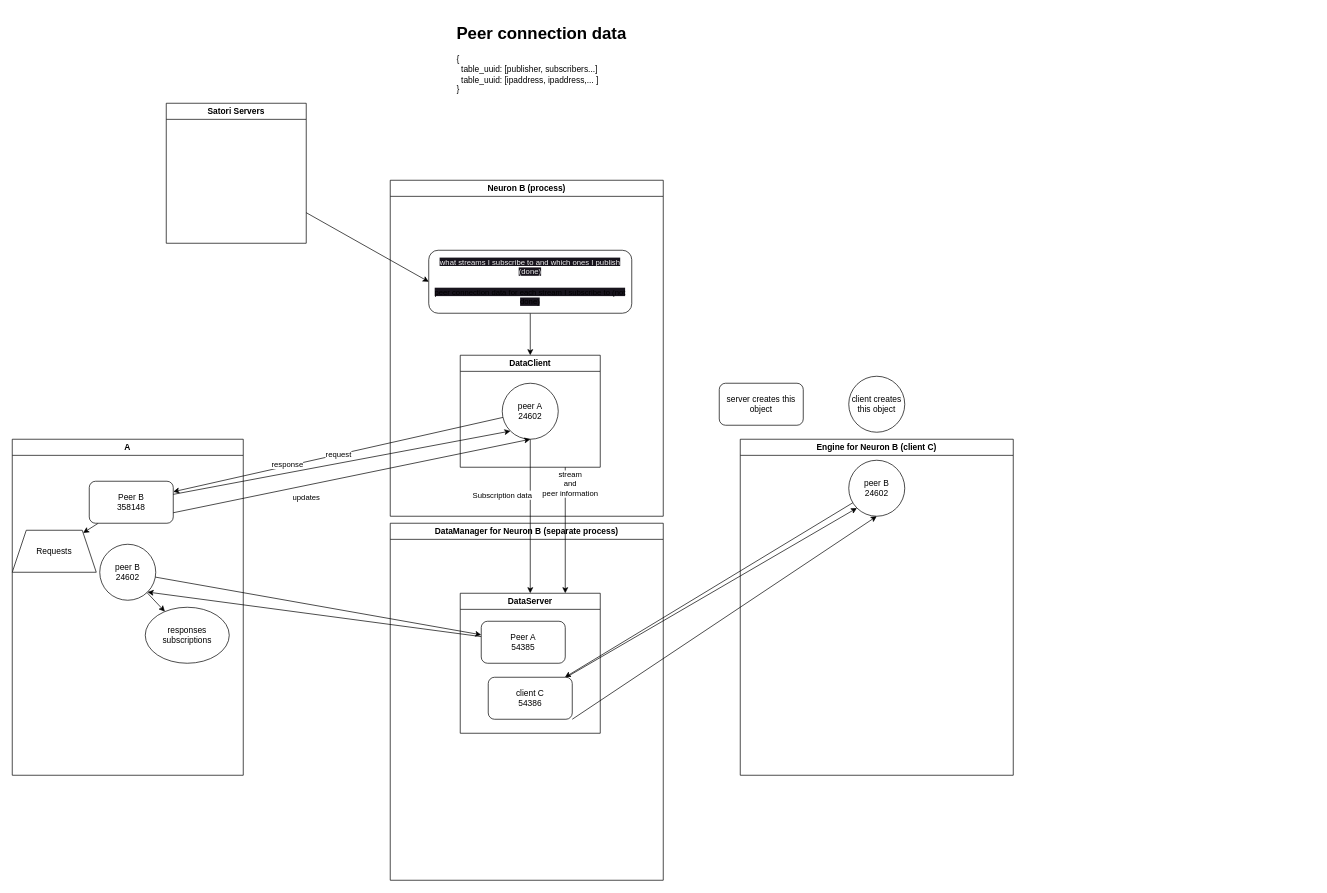
Before: satorilib/data/datamanager/others/communication.drawio in SatoriNetwork/Lib, a draw.io diagram. Source tidied: cells renumbered, new cells numbered last; positions are measured from the earlier drawing's top-left corner, leaving out a move shared by most shapes. Both pictures are drawn from the tidied source at 70%, with x=0, y=0 at pixel (12, 19).
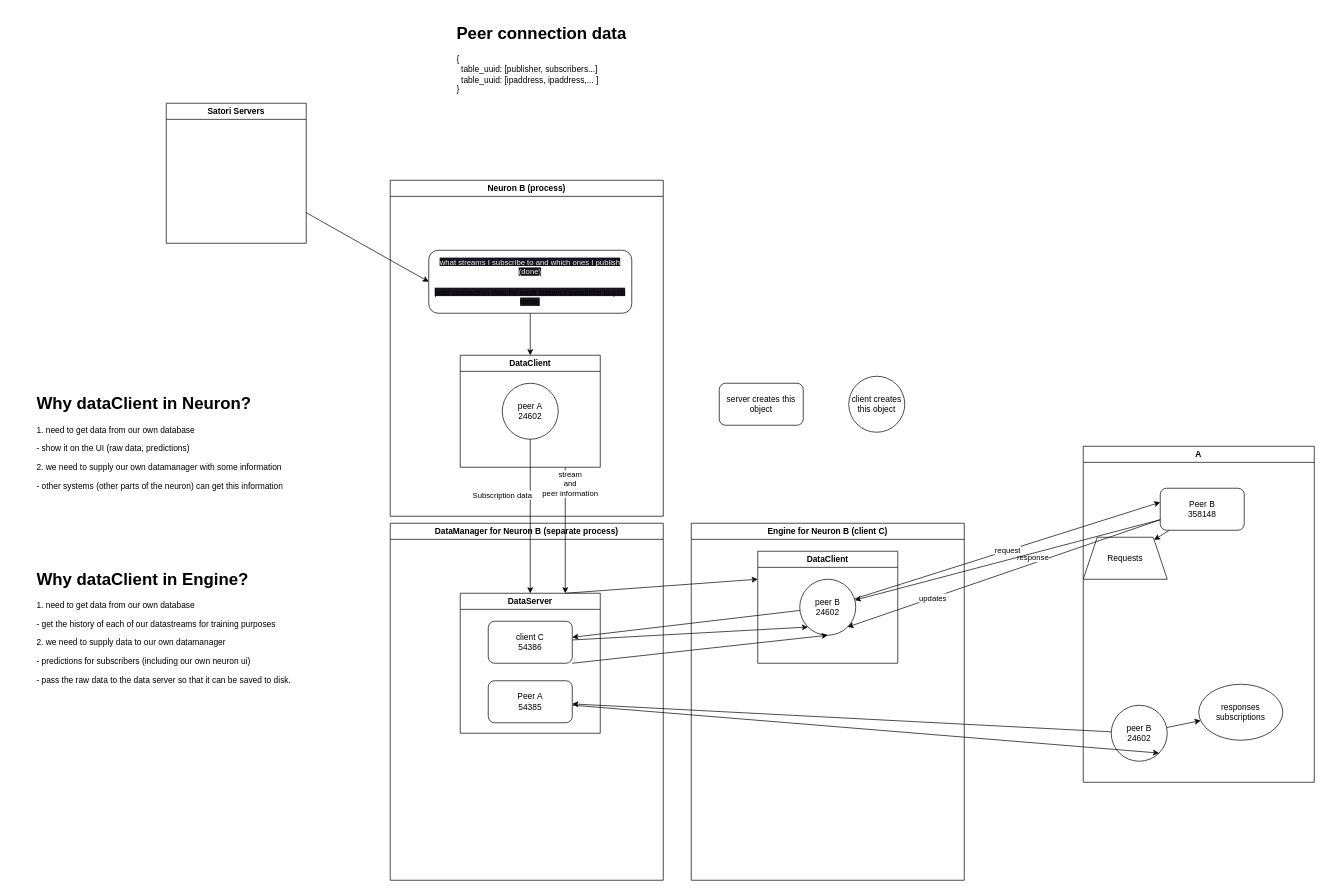
After the change.

Unchanged cells that the change refers to:
```xml
<mxCell id="4" value="Peer B&lt;br&gt;358148" style="rounded=1;whiteSpace=wrap;html=1;" parent="2" vertex="1">
  <mxGeometry x="110" y="60" width="120" height="60" as="geometry" />
</mxCell>
<mxCell id="11" value="peer A&lt;br&gt;24602" style="ellipse;whiteSpace=wrap;html=1;" parent="10" vertex="1">
  <mxGeometry x="60" y="40" width="80" height="80" as="geometry" />
</mxCell>
<mxCell id="27" value="DataServer" style="swimlane;whiteSpace=wrap;html=1;" parent="26" vertex="1">
  <mxGeometry x="100" y="100" width="200" height="200" as="geometry" />
</mxCell>
```

What changed in the source:
```diff
@@
     <mxCell id="2" value="A" style="swimlane;whiteSpace=wrap;html=1;" parent="1" vertex="1">
-      <mxGeometry y="600" width="330" height="480" as="geometry" />
+      <mxGeometry x="1530" y="610" width="330" height="480" as="geometry" />
     </mxCell>
@@
     <mxCell id="5" value="peer B&lt;br&gt;24602" style="ellipse;whiteSpace=wrap;html=1;" parent="2" vertex="1">
-      <mxGeometry x="125" y="150" width="80" height="80" as="geometry" />
+      <mxGeometry x="40" y="370" width="80" height="80" as="geometry" />
     </mxCell>
     <mxCell id="6" value="responses&lt;br&gt;subscriptions" style="ellipse;whiteSpace=wrap;html=1;" parent="2" vertex="1">
-      <mxGeometry x="190" y="240" width="120" height="80" as="geometry" />
+      <mxGeometry x="165" y="340" width="120" height="80" as="geometry" />
     </mxCell>
@@
-    <mxCell id="14" value="request" style="edgeStyle=none;html=1;entryX=1;entryY=0.25;entryDx=0;entryDy=0;" parent="1" edge="1" source="11" target="4">
-      <mxGeometry relative="1" as="geometry" />
+    <mxCell id="14" value="request" style="edgeStyle=none;html=1;" parent="1" edge="1" source="22">
+      <mxGeometry relative="1" as="geometry">
+        <mxPoint x="1640" y="690" as="targetPoint" />
+      </mxGeometry>
     </mxCell>
@@
-    <mxCell id="17" value="response" style="edgeStyle=none;html=1;entryX=0;entryY=1;entryDx=0;entryDy=0;" parent="1" edge="1" source="4" target="11">
-      <mxGeometry x="-0.31" y="12" relative="1" as="geometry">
+    <mxCell id="17" value="response" style="edgeStyle=none;html=1;entryX=1;entryY=1;entryDx=0;entryDy=0;exitX=0;exitY=0.75;exitDx=0;exitDy=0;" parent="1" edge="1" source="4" target="22">
+      <mxGeometry x="-0.2" y="-8" relative="1" as="geometry">
         <mxPoint x="-1" as="offset" />
       </mxGeometry>
     </mxCell>
@@
-    <mxCell id="20" value="updates" style="edgeStyle=none;html=1;exitX=1;exitY=0.75;exitDx=0;exitDy=0;entryX=0.5;entryY=1;entryDx=0;entryDy=0;" parent="1" edge="1" source="4" target="11">
-      <mxGeometry x="-0.27" y="-18" relative="1" as="geometry" />
+    <mxCell id="20" value="updates" style="edgeStyle=none;html=1;exitX=0;exitY=0.75;exitDx=0;exitDy=0;" parent="1" edge="1" source="4" target="22">
+      <mxGeometry x="0.52" y="26" relative="1" as="geometry" />
     </mxCell>
     <mxCell id="21" value="Engine for Neuron B (client C)" style="swimlane;whiteSpace=wrap;html=1;" parent="1" vertex="1">
-      <mxGeometry x="1040" y="600" width="390" height="480" as="geometry" />
+      <mxGeometry x="970" y="720" width="390" height="510" as="geometry" />
     </mxCell>
+    <mxCell id="35" value="DataClient" style="swimlane;whiteSpace=wrap;html=1;" parent="21" vertex="1">
+      <mxGeometry x="95" y="40" width="200" height="160" as="geometry" />
+    </mxCell>
-    <mxCell id="22" value="peer B&lt;br&gt;24602" style="ellipse;whiteSpace=wrap;html=1;" parent="21" vertex="1">
-      <mxGeometry x="155" y="30" width="80" height="80" as="geometry" />
+    <mxCell id="22" value="peer B&lt;br&gt;24602" style="ellipse;whiteSpace=wrap;html=1;" parent="35" vertex="1">
+      <mxGeometry x="60" y="40" width="80" height="80" as="geometry" />
     </mxCell>
@@
     <mxCell id="28" value="client C&lt;br&gt;54386" style="rounded=1;whiteSpace=wrap;html=1;" parent="27" vertex="1">
-      <mxGeometry x="40" y="120" width="120" height="60" as="geometry" />
+      <mxGeometry x="40" y="40" width="120" height="60" as="geometry" />
     </mxCell>
     <mxCell id="29" value="Peer A&lt;br&gt;54385" style="rounded=1;whiteSpace=wrap;html=1;" parent="27" vertex="1">
-      <mxGeometry x="30" y="40" width="120" height="60" as="geometry" />
+      <mxGeometry x="40" y="125" width="120" height="60" as="geometry" />
     </mxCell>
@@
+    <mxCell id="36" value="&lt;h1&gt;Why dataClient in Neuron?&lt;/h1&gt;&lt;p&gt;1. need to get data from our own database&lt;/p&gt;&lt;p&gt;- show it on the UI (raw data, predictions)&lt;/p&gt;&lt;p&gt;2. we need to supply our own datamanager with some information&lt;/p&gt;&lt;p&gt;- other systems (other parts of the neuron) can get this information&lt;/p&gt;" style="text;html=1;strokeColor=none;fillColor=none;spacing=5;spacingTop=-20;whiteSpace=wrap;overflow=hidden;rounded=0;" parent="1" vertex="1">
+      <mxGeometry x="30" y="530" width="490" height="170" as="geometry" />
+    </mxCell>
+    <mxCell id="37" value="&lt;h1&gt;Why dataClient in Engine?&lt;/h1&gt;&lt;p&gt;1. need to get data from our own database&lt;/p&gt;&lt;p&gt;- get the history of each of our datastreams for training purposes&lt;/p&gt;&lt;p&gt;2. we need to supply data to our own datamanager&lt;/p&gt;&lt;p&gt;&lt;span style=&quot;background-color: initial;&quot;&gt;- predictions for subscribers (including our own neuron ui)&lt;/span&gt;&lt;br&gt;&lt;/p&gt;&lt;p&gt;&lt;span style=&quot;background-color: initial;&quot;&gt;- pass the raw data to the data server so that it can be saved to disk.&lt;/span&gt;&lt;/p&gt;" style="text;html=1;strokeColor=none;fillColor=none;spacing=5;spacingTop=-20;whiteSpace=wrap;overflow=hidden;rounded=0;" parent="1" vertex="1">
+      <mxGeometry x="30" y="780" width="490" height="210" as="geometry" />
+    </mxCell>
+    <mxCell id="38" style="edgeStyle=none;html=1;exitX=0.75;exitY=0;exitDx=0;exitDy=0;entryX=0;entryY=0.25;entryDx=0;entryDy=0;" parent="1" edge="1" source="27" target="35">
+      <mxGeometry relative="1" as="geometry" />
+    </mxCell>
```
